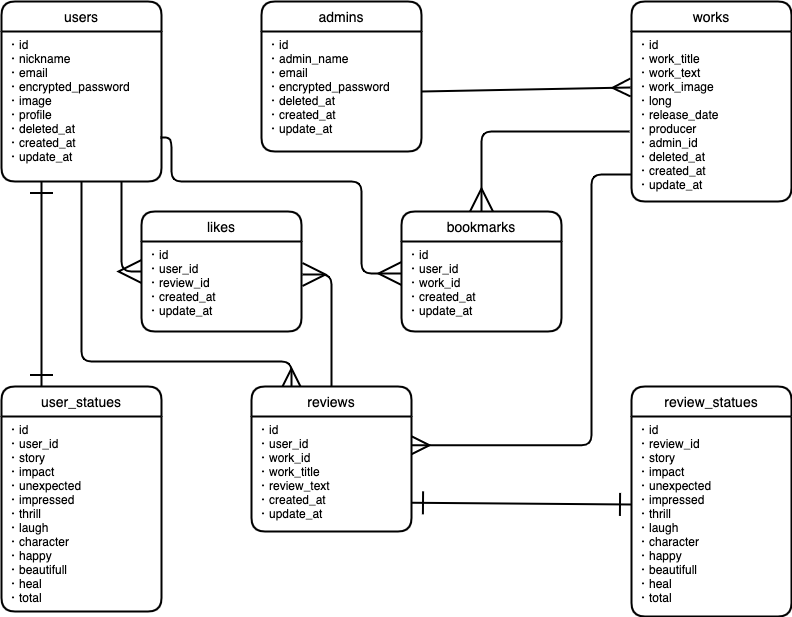
hatanotakahiro/sympasee keeps this draw.io diagram as ER.dio.png. Above is the earlier version. Source tidied: cells renumbered, new cells last; positions are measured from the earlier drawing's top-left corner, leaving out a move shared by most shapes.
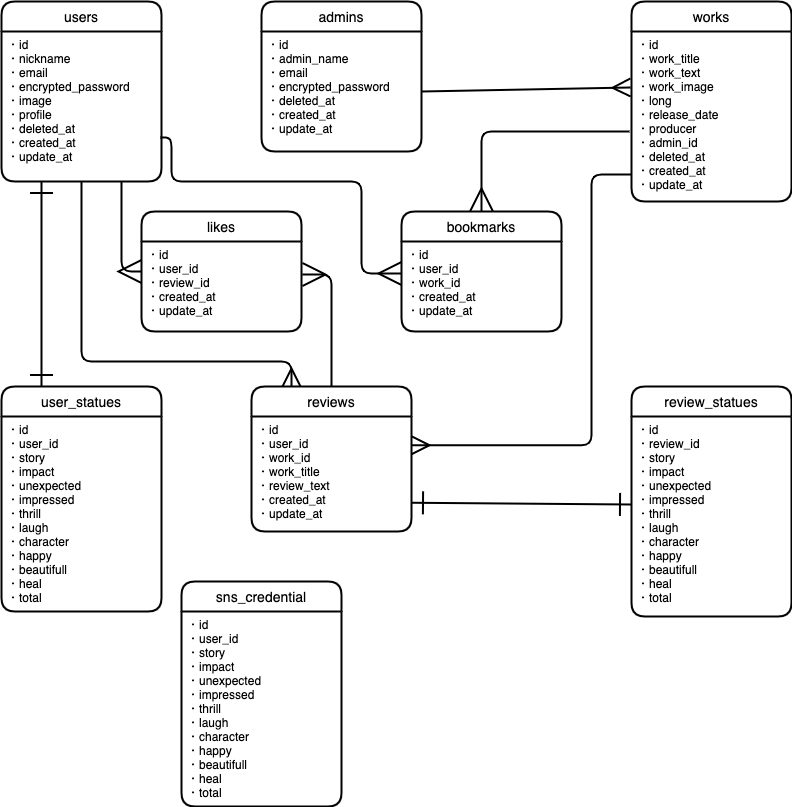
After the commit.

Diff of the diagram source:
```diff
@@ -103,5 +103,11 @@
     <mxCell id="28" style="fontSize=12;html=1;endArrow=ERmany;endFill=0;strokeWidth=2;exitX=-0.012;exitY=0.588;exitDx=0;exitDy=0;endSize=20;startArrow=none;startFill=0;targetPerimeterSpacing=0;startSize=20;entryX=0.5;entryY=0;entryDx=0;entryDy=0;edgeStyle=orthogonalEdgeStyle;exitPerimeter=0;" parent="1" edge="1" source="7" target="25">
       <mxGeometry relative="1" as="geometry" />
     </mxCell>
+    <mxCell id="29" value="sns_credential " style="swimlane;horizontal=1;startSize=30;rounded=1;fontSize=14;fontStyle=0;strokeWidth=2;shadow=0;dashed=0;align=center;" parent="1" vertex="1">
+      <mxGeometry x="180" y="580" width="160" height="225" as="geometry" />
+    </mxCell>
+    <mxCell id="30" value="・id&#10;・user_id&#10;・story&#10;・impact&#10;・unexpected&#10;・impressed&#10;・thrill&#10;・laugh&#10;・character&#10;・happy&#10;・beautifull&#10;・heal&#10;・total&#10;&#10;&#10;&#10;" style="align=left;strokeColor=none;fillColor=none;spacingLeft=4;fontSize=12;verticalAlign=top;" parent="29" vertex="1">
+      <mxGeometry y="30" width="160" height="195" as="geometry" />
+    </mxCell>
   </root>
 </mxGraphModel>
```
